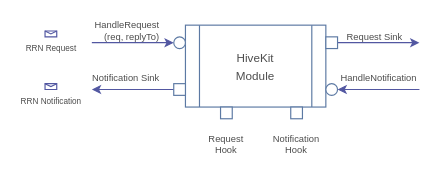
This is page "HiveKit Cell" (1 of 8) of docs/hivekit.drawio from hiveot/hivekit, a draw.io file, before an edit. Source tidied: cells renumbered, new cells numbered last; positions are measured from the earlier drawing's top-left corner, leaving out a move shared by most shapes. Both pictures are drawn from the tidied source at 117%, with x=0, y=0 at pixel (44, 25).
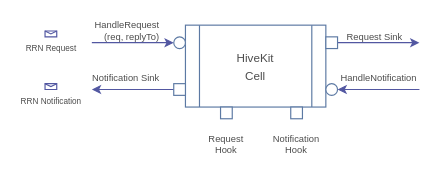
After the change.

Unchanged cells that the change refers to:
```xml
<mxCell id="14" style="group;fontSize=9;" parent="1" vertex="1">
  <mxGeometry x="110" width="140" height="80" as="geometry" />
</mxCell>
```

Change to the diagram source:
```diff
@@
-    <mxCell id="15" value="&lt;font style=&quot;color: rgb(77, 77, 77); font-size: 10px;&quot;&gt;HiveKit&lt;/font&gt;&lt;div&gt;&lt;div&gt;&lt;font style=&quot;color: rgb(77, 77, 77); font-size: 10px;&quot;&gt;Module&lt;/font&gt;&lt;/div&gt;&lt;/div&gt;" style="shape=process;whiteSpace=wrap;html=1;backgroundOutline=1;strokeColor=#5C79A3;" parent="14" vertex="1">
+    <mxCell id="15" value="&lt;font style=&quot;color: rgb(77, 77, 77); font-size: 10px;&quot;&gt;HiveKit&lt;/font&gt;&lt;div&gt;&lt;div&gt;&lt;font style=&quot;color: rgb(77, 77, 77); font-size: 10px;&quot;&gt;Cell&lt;/font&gt;&lt;/div&gt;&lt;/div&gt;" style="shape=process;whiteSpace=wrap;html=1;backgroundOutline=1;strokeColor=#5C79A3;" parent="14" vertex="1">
       <mxGeometry x="10" width="120" height="70" as="geometry" />
     </mxCell>
```
